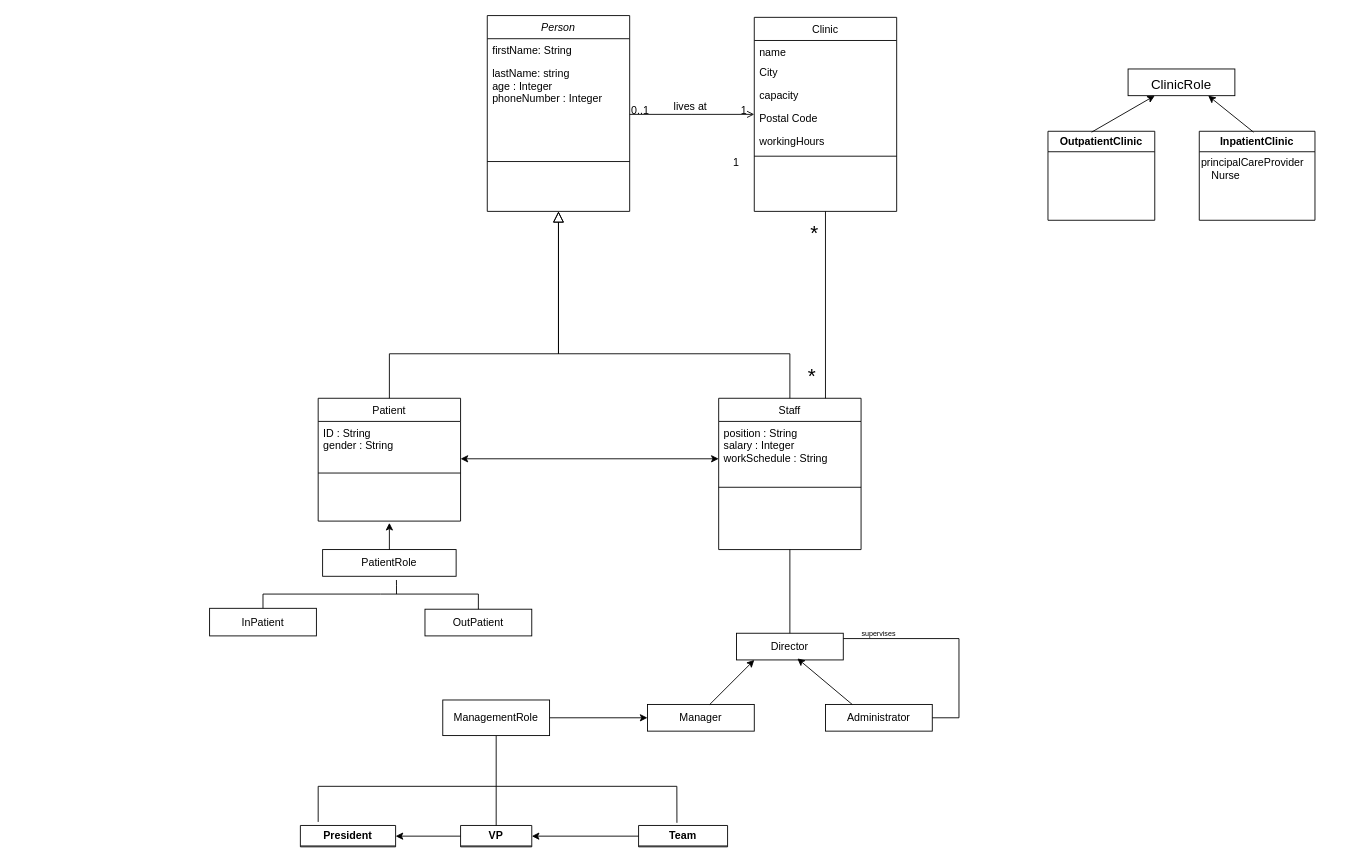
Earlier version of the draw.io diagram Untitled Diagram.drawio (yushika-j/seg-2505). Source tidied: cells renumbered, new cells numbered last; positions are measured from the earlier drawing's top-left corner, leaving out a move shared by most shapes. Both pictures are drawn from the tidied source at 89%, with x=0, y=0 at pixel (209, 15).
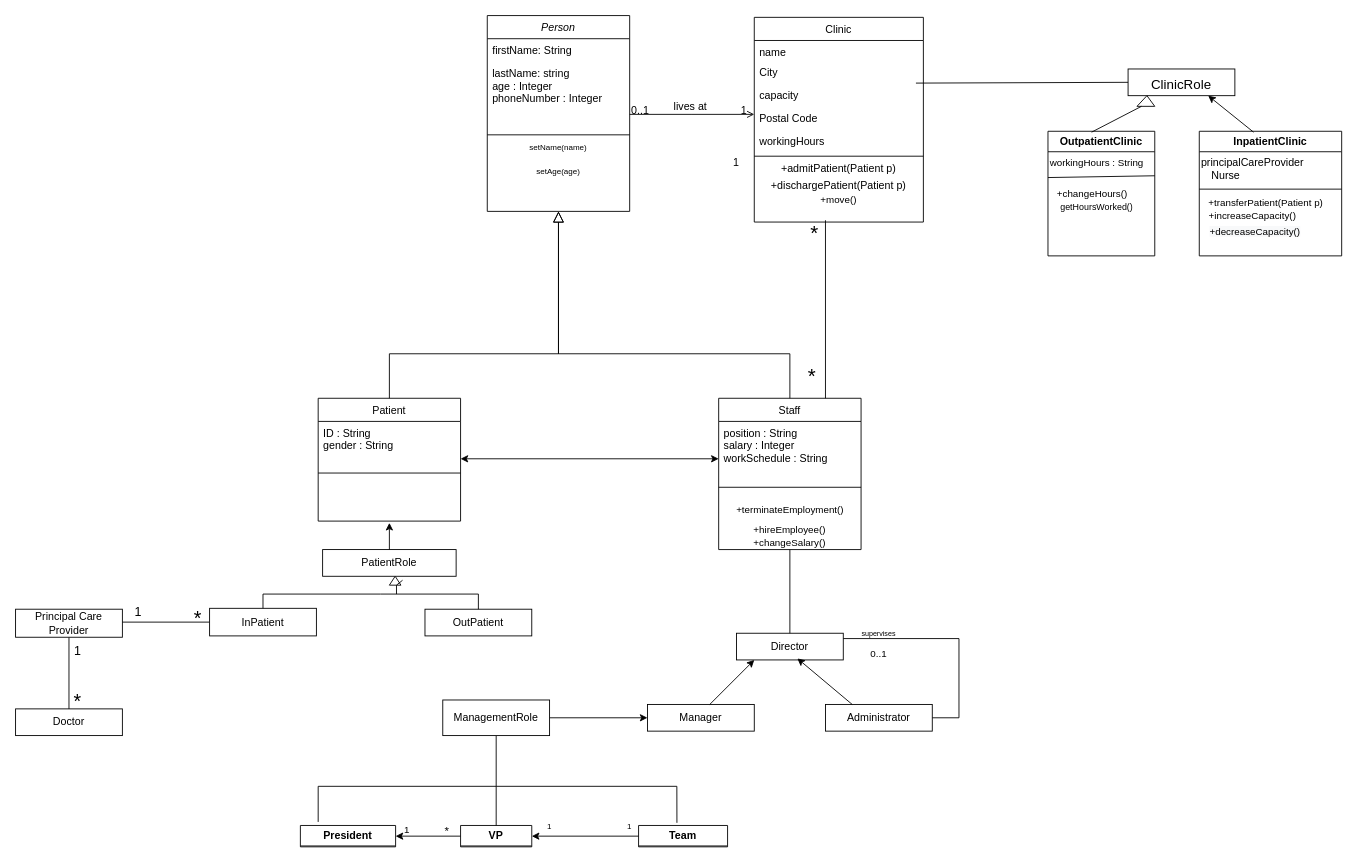
Above is the later version.

The change refers to these unchanged cells:
```xml
<mxCell id="2" value="Person" style="swimlane;fontStyle=2;align=center;verticalAlign=top;horizontal=1;startSize=26;rounded=0;shadow=0;strokeWidth=1;" parent="1" vertex="1">
  <mxGeometry x="312" width="160" height="220" as="geometry" />
</mxCell>
<mxCell id="10" value="Staff" style="swimlane;fontStyle=0;align=center;verticalAlign=top;horizontal=1;startSize=26;rounded=0;shadow=0;strokeWidth=1;" parent="1" vertex="1">
  <mxGeometry x="572" y="430" width="160" height="170" as="geometry" />
</mxCell>
<mxCell id="40" value="PatientRole" style="rounded=0;whiteSpace=wrap;html=1;" parent="1" vertex="1">
  <mxGeometry x="127" y="600" width="150" height="30" as="geometry" />
</mxCell>
<mxCell id="44" value="InPatient" style="rounded=0;whiteSpace=wrap;html=1;" parent="1" vertex="1">
  <mxGeometry y="666" width="120" height="31" as="geometry" />
</mxCell>
<mxCell id="52" value="Nurse" style="text;html=1;strokeColor=none;fillColor=none;align=center;verticalAlign=middle;whiteSpace=wrap;rounded=0;fontSize=12;" parent="50" vertex="1">
  <mxGeometry y="35" width="60" height="30" as="geometry" />
</mxCell>
<mxCell id="59" value="&lt;font style=&quot;font-size: 15px;&quot;&gt;ClinicRole&lt;/font&gt;" style="rounded=0;whiteSpace=wrap;html=1;fontSize=23;" parent="1" vertex="1">
  <mxGeometry x="1032" y="60" width="120" height="30" as="geometry" />
</mxCell>
```

The edit, as a diff of the source:
```diff
@@
     <mxCell id="4" value="lastName: string&#10;age : Integer&#10;phoneNumber : Integer&#10;" style="text;align=left;verticalAlign=top;spacingLeft=4;spacingRight=4;overflow=hidden;rounded=0;shadow=0;html=0;" parent="2" vertex="1">
-      <mxGeometry y="52" width="160" height="108" as="geometry" />
+      <mxGeometry y="52" width="160" height="78" as="geometry" />
     </mxCell>
     <mxCell id="5" style="line;html=1;strokeWidth=1;align=left;verticalAlign=middle;spacingTop=-1;spacingLeft=3;spacingRight=3;labelPosition=right;" parent="2" vertex="1">
-      <mxGeometry y="160" width="160" height="8" as="geometry" />
+      <mxGeometry y="130" width="160" height="8" as="geometry" />
     </mxCell>
+    <mxCell id="62" value="setName(name)" style="text;html=1;strokeColor=none;fillColor=none;align=center;verticalAlign=middle;whiteSpace=wrap;rounded=0;fontSize=9;" parent="2" vertex="1">
+      <mxGeometry y="138" width="160" height="22" as="geometry" />
+    </mxCell>
+    <mxCell id="63" value="setAge(age)" style="text;html=1;strokeColor=none;fillColor=none;align=center;verticalAlign=middle;whiteSpace=wrap;rounded=0;fontSize=9;" parent="2" vertex="1">
+      <mxGeometry y="160" width="160" height="30" as="geometry" />
+    </mxCell>
@@
+    <mxCell id="64" value="+terminateEmployment()" style="text;html=1;align=center;verticalAlign=middle;strokeColor=none;fillColor=none;fontSize=11;" parent="10" vertex="1">
+      <mxGeometry y="110" width="160" height="30" as="geometry" />
+    </mxCell>
+    <mxCell id="65" value="+hireEmployee()&lt;br&gt;+changeSalary()" style="text;html=1;strokeColor=none;fillColor=none;align=center;verticalAlign=middle;whiteSpace=wrap;rounded=0;fontSize=11;" parent="10" vertex="1">
+      <mxGeometry y="140" width="160" height="30" as="geometry" />
+    </mxCell>
@@
     <mxCell id="14" value="Clinic" style="swimlane;fontStyle=0;align=center;verticalAlign=top;horizontal=1;startSize=26;rounded=0;shadow=0;strokeWidth=1;" parent="1" vertex="1">
-      <mxGeometry x="612" y="2" width="160" height="218" as="geometry" />
+      <mxGeometry x="612" y="2" width="190" height="230" as="geometry" />
     </mxCell>
     <mxCell id="15" value="name" style="text;align=left;verticalAlign=top;spacingLeft=4;spacingRight=4;overflow=hidden;" parent="14" vertex="1">
-      <mxGeometry y="26" width="160" height="22" as="geometry" />
+      <mxGeometry y="26" width="190" height="22" as="geometry" />
     </mxCell>
     <mxCell id="16" value="City" style="text;align=left;verticalAlign=top;spacingLeft=4;spacingRight=4;overflow=hidden;rounded=0;shadow=0;html=0;" parent="14" vertex="1">
-      <mxGeometry y="48" width="160" height="26" as="geometry" />
+      <mxGeometry y="48" width="190" height="26" as="geometry" />
     </mxCell>
     <mxCell id="17" value="capacity" style="text;align=left;verticalAlign=top;spacingLeft=4;spacingRight=4;overflow=hidden;points=[[0,0.5],[1,0.5]];portConstraint=eastwest;rounded=0;shadow=0;html=0;" parent="14" vertex="1">
-      <mxGeometry y="74" width="160" height="26" as="geometry" />
+      <mxGeometry y="74" width="190" height="26" as="geometry" />
     </mxCell>
     <mxCell id="18" value="Postal Code" style="text;align=left;verticalAlign=top;spacingLeft=4;spacingRight=4;overflow=hidden;rounded=0;shadow=0;html=0;" parent="14" vertex="1">
-      <mxGeometry y="100" width="160" height="26" as="geometry" />
+      <mxGeometry y="100" width="190" height="26" as="geometry" />
     </mxCell>
     <mxCell id="19" value="workingHours" style="text;align=left;verticalAlign=top;spacingLeft=4;spacingRight=4;overflow=hidden;rounded=0;shadow=0;html=0;" parent="14" vertex="1">
-      <mxGeometry y="126" width="160" height="26" as="geometry" />
+      <mxGeometry y="126" width="190" height="26" as="geometry" />
     </mxCell>
     <mxCell id="20" style="line;html=1;strokeWidth=1;align=left;verticalAlign=middle;spacingTop=-1;spacingLeft=3;spacingRight=3;labelPosition=right;" parent="14" vertex="1">
-      <mxGeometry y="152" width="160" height="8" as="geometry" />
+      <mxGeometry y="152" width="190" height="8" as="geometry" />
     </mxCell>
+    <mxCell id="66" value="+admitPatient(Patient p)" style="text;html=1;strokeColor=none;fillColor=none;align=center;verticalAlign=middle;whiteSpace=wrap;rounded=0;fontSize=12;" parent="14" vertex="1">
+      <mxGeometry y="160" width="190" height="20" as="geometry" />
+    </mxCell>
+    <mxCell id="67" value="+move()" style="text;html=1;strokeColor=none;fillColor=none;align=center;verticalAlign=middle;whiteSpace=wrap;rounded=0;fontSize=11;" parent="14" vertex="1">
+      <mxGeometry y="180" width="190" height="50" as="geometry" />
+    </mxCell>
@@
+    <mxCell id="68" style="edgeStyle=orthogonalEdgeStyle;rounded=0;jettySize=auto;html=1;" parent="1" edge="1" source="44" target="78">
+      <mxGeometry relative="1" as="geometry" />
+    </mxCell>
@@
-    <mxCell id="48" style="endArrow=none;html=1;rounded=0;entryX=0.553;entryY=1.139;entryDx=0;entryDy=0;entryPerimeter=0;" parent="1" edge="1" target="40">
-      <mxGeometry relative="1" as="geometry">
-        <mxPoint x="210" y="650" as="sourcePoint" />
-        <Array as="points">
-          <mxPoint x="210" y="640" />
-        </Array>
-      </mxGeometry>
+    <mxCell id="48" style="endArrow=none;html=1;rounded=0;entryX=0.553;entryY=1.139;entryDx=0;entryDy=0;entryPerimeter=0;startArrow=none;" parent="1" edge="1" source="93" target="40">
+      <mxGeometry relative="1" as="geometry" />
     </mxCell>
     <mxCell id="49" value="OutpatientClinic" style="swimlane;whiteSpace=wrap;html=1;" parent="1" vertex="1">
-      <mxGeometry x="942" y="130" width="120" height="100" as="geometry" />
+      <mxGeometry x="942" y="130" width="120" height="140" as="geometry" />
     </mxCell>
+    <mxCell id="69" value="workingHours : String" style="text;html=1;strokeColor=none;fillColor=none;align=center;verticalAlign=middle;whiteSpace=wrap;rounded=0;fontSize=11;" parent="49" vertex="1">
+      <mxGeometry y="20" width="110" height="30" as="geometry" />
+    </mxCell>
+    <mxCell id="70" style="endArrow=none;html=1;rounded=0;fontSize=11;" parent="49" edge="1">
+      <mxGeometry relative="1" as="geometry">
+        <mxPoint y="52" as="sourcePoint" />
+        <mxPoint x="120" y="50" as="targetPoint" />
+      </mxGeometry>
+    </mxCell>
+    <mxCell id="71" value="+changeHours()" style="text;html=1;strokeColor=none;fillColor=none;align=center;verticalAlign=middle;whiteSpace=wrap;rounded=0;fontSize=11;" parent="49" vertex="1">
+      <mxGeometry x="10" y="55" width="80" height="30" as="geometry" />
+    </mxCell>
+    <mxCell id="72" value="getHoursWorked()" style="text;html=1;strokeColor=none;fillColor=none;align=center;verticalAlign=middle;whiteSpace=wrap;rounded=0;fontSize=10;" parent="49" vertex="1">
+      <mxGeometry x="25" y="70" width="60" height="30" as="geometry" />
+    </mxCell>
     <mxCell id="50" value="InpatientClinic" style="swimlane;whiteSpace=wrap;html=1;" parent="1" vertex="1">
-      <mxGeometry x="1112" y="130" width="130" height="100" as="geometry" />
+      <mxGeometry x="1112" y="130" width="160" height="140" as="geometry" />
     </mxCell>
@@
+    <mxCell id="73" style="endArrow=none;html=1;rounded=0;exitX=0;exitY=1;exitDx=0;exitDy=0;" parent="50" edge="1" source="52">
+      <mxGeometry relative="1" as="geometry">
+        <mxPoint x="160" y="65" as="targetPoint" />
+      </mxGeometry>
+    </mxCell>
+    <mxCell id="74" value="+transferPatient(Patient p)" style="text;html=1;strokeColor=none;fillColor=none;align=center;verticalAlign=middle;whiteSpace=wrap;rounded=0;fontSize=11;" parent="50" vertex="1">
+      <mxGeometry y="70" width="150" height="20" as="geometry" />
+    </mxCell>
+    <mxCell id="75" value="+increaseCapacity()" style="text;html=1;strokeColor=none;fillColor=none;align=center;verticalAlign=middle;whiteSpace=wrap;rounded=0;fontSize=11;" parent="50" vertex="1">
+      <mxGeometry x="30" y="80" width="60" height="30" as="geometry" />
+    </mxCell>
+    <mxCell id="76" value="&lt;span style=&quot;color: rgb(0, 0, 0); font-family: Helvetica; font-size: 11px; font-style: normal; font-variant-ligatures: normal; font-variant-caps: normal; font-weight: 400; letter-spacing: normal; orphans: 2; text-align: center; text-indent: 0px; text-transform: none; widows: 2; word-spacing: 0px; -webkit-text-stroke-width: 0px; background-color: rgb(248, 249, 250); text-decoration-thickness: initial; text-decoration-style: initial; text-decoration-color: initial; float: none; display: inline !important;&quot;&gt;+decreaseCapacity()&lt;/span&gt;" style="text;whiteSpace=wrap;html=1;fontSize=11;" parent="50" vertex="1">
+      <mxGeometry x="10" y="100" width="130" height="20" as="geometry" />
+    </mxCell>
@@
-    <mxCell id="56" style="endArrow=none;html=1;rounded=0;fontSize=12;exitX=0.75;exitY=0;exitDx=0;exitDy=0;entryX=0.5;entryY=1;entryDx=0;entryDy=0;" parent="1" edge="1" source="10" target="14">
-      <mxGeometry relative="1" as="geometry" />
+    <mxCell id="56" style="endArrow=none;html=1;rounded=0;fontSize=12;exitX=0.75;exitY=0;exitDx=0;exitDy=0;" parent="1" edge="1" source="10">
+      <mxGeometry relative="1" as="geometry">
+        <mxPoint x="692" y="230" as="targetPoint" />
+      </mxGeometry>
     </mxCell>
@@
-    <mxCell id="60" style="endArrow=classic;html=1;rounded=0;fontSize=15;entryX=0.25;entryY=1;entryDx=0;entryDy=0;" parent="1" edge="1" target="59">
-      <mxGeometry relative="1" as="geometry">
-        <mxPoint x="991" y="131" as="sourcePoint" />
-      </mxGeometry>
+    <mxCell id="60" style="endArrow=classic;html=1;rounded=0;fontSize=15;entryX=0.25;entryY=1;entryDx=0;entryDy=0;startArrow=none;" parent="1" edge="1" source="95" target="59">
+      <mxGeometry relative="1" as="geometry" />
     </mxCell>
@@
+    <mxCell id="77" style="endArrow=none;html=1;rounded=0;entryX=0;entryY=0.5;entryDx=0;entryDy=0;exitX=0.956;exitY=-0.005;exitDx=0;exitDy=0;exitPerimeter=0;" parent="1" edge="1" source="17" target="59">
+      <mxGeometry relative="1" as="geometry" />
+    </mxCell>
+    <mxCell id="78" style="shape=waypoint;sketch=0;size=6;points=[];fillColor=default;perimeter=centerPerimeter;snapToPoint=1;rounded=0;" parent="1" vertex="1">
+      <mxGeometry x="-160" y="661.5" width="40" height="40" as="geometry" />
+    </mxCell>
+    <mxCell id="79" style="edgeStyle=orthogonalEdgeStyle;rounded=0;jettySize=auto;html=1;" parent="1" edge="1" source="80" target="81">
+      <mxGeometry relative="1" as="geometry" />
+    </mxCell>
+    <mxCell id="80" value="Principal Care Provider" style="rounded=0;whiteSpace=wrap;html=1;" parent="1" vertex="1">
+      <mxGeometry x="-218" y="667" width="120" height="31.5" as="geometry" />
+    </mxCell>
+    <mxCell id="81" style="shape=waypoint;sketch=0;size=6;points=[];fillColor=default;perimeter=centerPerimeter;snapToPoint=1;rounded=0;" parent="1" vertex="1">
+      <mxGeometry x="-178" y="774.2" width="40" height="40" as="geometry" />
+    </mxCell>
+    <mxCell id="82" value="Doctor" style="rounded=0;whiteSpace=wrap;html=1;" parent="1" vertex="1">
+      <mxGeometry x="-218" y="779" width="120" height="30" as="geometry" />
+    </mxCell>
+    <mxCell id="83" value="*" style="text;html=1;strokeColor=none;fillColor=none;align=center;verticalAlign=middle;whiteSpace=wrap;rounded=0;fontSize=22;" parent="1" vertex="1">
+      <mxGeometry x="-158" y="756" width="20" height="30" as="geometry" />
+    </mxCell>
+    <mxCell id="84" value="1" style="text;html=1;strokeColor=none;fillColor=none;align=center;verticalAlign=middle;whiteSpace=wrap;rounded=0;fontSize=14;" parent="1" vertex="1">
+      <mxGeometry x="-178" y="704" width="60" height="20" as="geometry" />
+    </mxCell>
+    <mxCell id="85" value="1" style="text;html=1;strokeColor=none;fillColor=none;align=center;verticalAlign=middle;whiteSpace=wrap;rounded=0;fontSize=14;" parent="1" vertex="1">
+      <mxGeometry x="-110" y="660" width="60" height="20" as="geometry" />
+    </mxCell>
+    <mxCell id="86" value="*" style="text;html=1;strokeColor=none;fillColor=none;align=center;verticalAlign=middle;whiteSpace=wrap;rounded=0;fontSize=22;" parent="1" vertex="1">
+      <mxGeometry x="-23" y="663" width="20" height="30" as="geometry" />
+    </mxCell>
+    <mxCell id="87" value="+dischargePatient(Patient p)" style="text;html=1;strokeColor=none;fillColor=none;align=center;verticalAlign=middle;whiteSpace=wrap;rounded=0;fontSize=12;" parent="1" vertex="1">
+      <mxGeometry x="612" y="182" width="190" height="18" as="geometry" />
+    </mxCell>
+    <mxCell id="88" value="0..1" style="text;html=1;strokeColor=none;fillColor=none;align=center;verticalAlign=middle;whiteSpace=wrap;rounded=0;fontSize=11;" parent="1" vertex="1">
+      <mxGeometry x="722" y="701.5" width="60" height="30" as="geometry" />
+    </mxCell>
+    <mxCell id="89" value="1" style="text;html=1;strokeColor=none;fillColor=none;align=center;verticalAlign=middle;whiteSpace=wrap;rounded=0;fontSize=11;" parent="1" vertex="1">
+      <mxGeometry x="192" y="900" width="60" height="30" as="geometry" />
+    </mxCell>
+    <mxCell id="90" value="*" style="text;html=1;strokeColor=none;fillColor=none;align=center;verticalAlign=middle;whiteSpace=wrap;rounded=0;fontSize=13;" parent="1" vertex="1">
+      <mxGeometry x="257" y="906" width="20" height="20" as="geometry" />
+    </mxCell>
+    <mxCell id="91" value="1" style="text;html=1;strokeColor=none;fillColor=none;align=center;verticalAlign=middle;whiteSpace=wrap;rounded=0;fontSize=9;" parent="1" vertex="1">
+      <mxGeometry x="372" y="896" width="20" height="30" as="geometry" />
+    </mxCell>
+    <mxCell id="92" value="1" style="text;html=1;strokeColor=none;fillColor=none;align=center;verticalAlign=middle;whiteSpace=wrap;rounded=0;fontSize=9;" parent="1" vertex="1">
+      <mxGeometry x="462" y="896" width="20" height="30" as="geometry" />
+    </mxCell>
+    <mxCell id="93" style="triangle;whiteSpace=wrap;html=1;fontSize=5;direction=north;" parent="1" vertex="1">
+      <mxGeometry x="202" y="630" width="13" height="10" as="geometry" />
+    </mxCell>
+    <mxCell id="94" style="endArrow=none;html=1;rounded=0;entryX=0.553;entryY=1.139;entryDx=0;entryDy=0;entryPerimeter=0;" parent="1" edge="1" target="93">
+      <mxGeometry relative="1" as="geometry">
+        <mxPoint x="210" y="650" as="sourcePoint" />
+        <Array as="points">
+          <mxPoint x="210" y="640" />
+        </Array>
+      </mxGeometry>
+    </mxCell>
+    <mxCell id="95" style="verticalLabelPosition=bottom;verticalAlign=top;html=1;shape=mxgraph.basic.acute_triangle;dx=0.56;fontSize=5;" parent="1" vertex="1">
+      <mxGeometry x="1042" y="90" width="20" height="12" as="geometry" />
+    </mxCell>
+    <mxCell id="96" style="endArrow=none;html=1;rounded=0;fontSize=15;entryX=0.25;entryY=1;entryDx=0;entryDy=0;" parent="1" edge="1" target="95">
+      <mxGeometry relative="1" as="geometry">
+        <mxPoint x="991" y="131" as="sourcePoint" />
+      </mxGeometry>
+    </mxCell>
```
